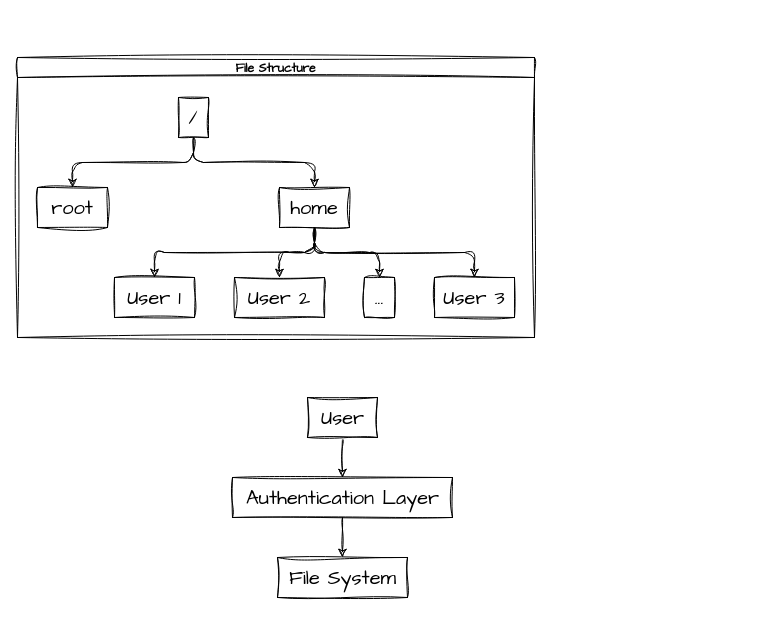
Above: high-level.drawio in Dekr0/SFS (draw.io), before the change. Source tidied: cells renumbered, new cells numbered last; positions are measured from the earlier drawing's top-left corner, leaving out a move shared by most shapes. Both pictures are drawn from the tidied source at 100%, with x=0, y=0 at pixel (17, 57).
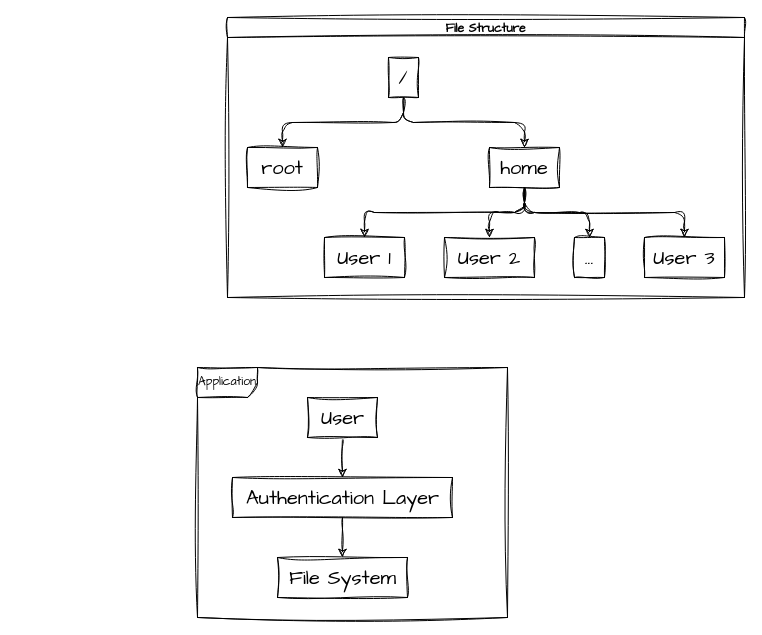
The same diagram, later.

Diff of the diagram source:
```diff
@@
     <mxCell id="7" value="File Structure" style="swimlane;startSize=20;horizontal=1;horizontalTree=0;containerType=tree;fontSize=12;sketch=1;hachureGap=4;jiggle=2;curveFitting=1;fontFamily=Architects Daughter;" parent="1" vertex="1">
-      <mxGeometry width="517" height="280" as="geometry" />
+      <mxGeometry x="210" y="-40" width="517" height="280" as="geometry" />
     </mxCell>
@@
+    <mxCell id="21" value="Application" style="shape=umlFrame;whiteSpace=wrap;html=1;sketch=1;hachureGap=4;jiggle=2;curveFitting=1;fontFamily=Architects Daughter;fontSize=12;" parent="1" vertex="1">
+      <mxGeometry x="180" y="310" width="310" height="250" as="geometry" />
+    </mxCell>
```
